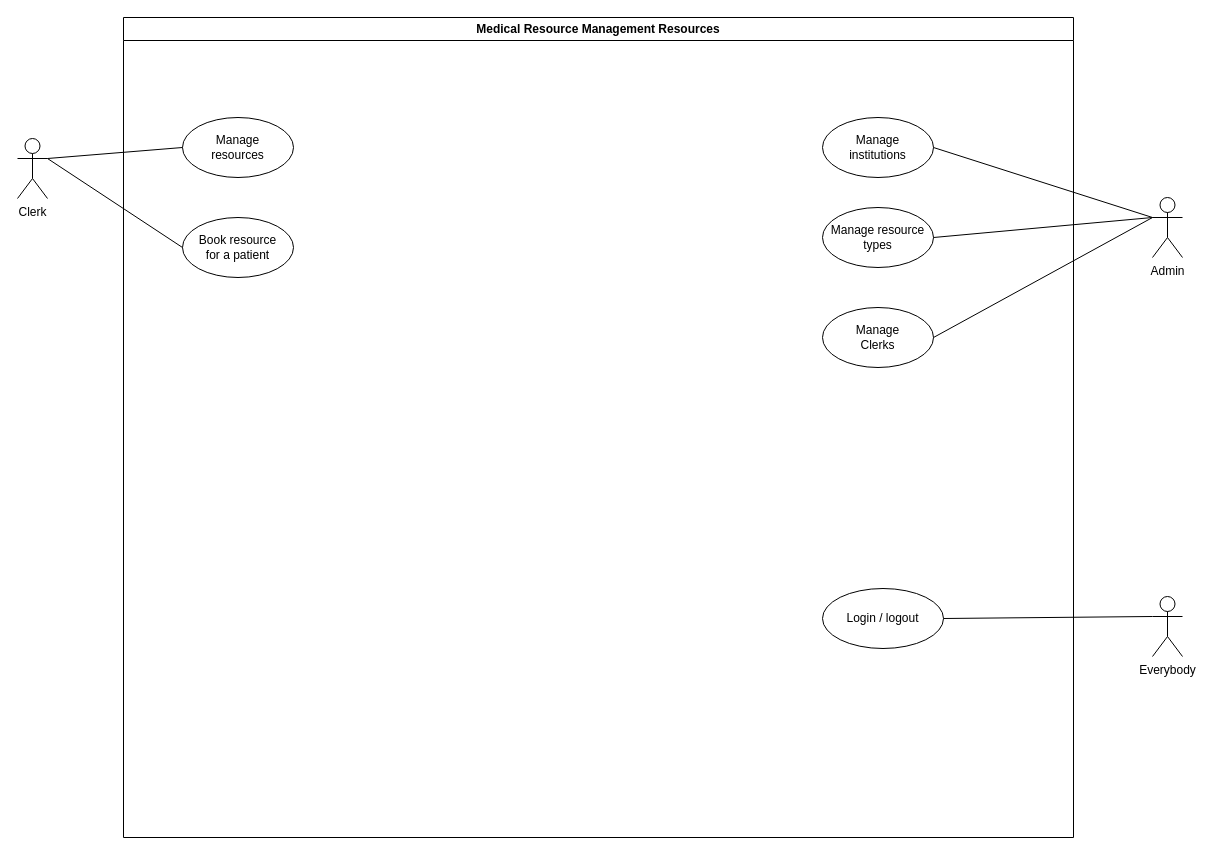
XavierTM/medical-resources-management keeps this draw.io diagram as page "Use case" (1 of 4) of design/Diagrams.drawio. Above is the earlier version. Source tidied: cells renumbered, new cells numbered last; positions are measured from the earlier drawing's top-left corner, leaving out a move shared by most shapes. Both pictures are drawn from the tidied source at 100%, with x=0, y=0 at pixel (17, 17).
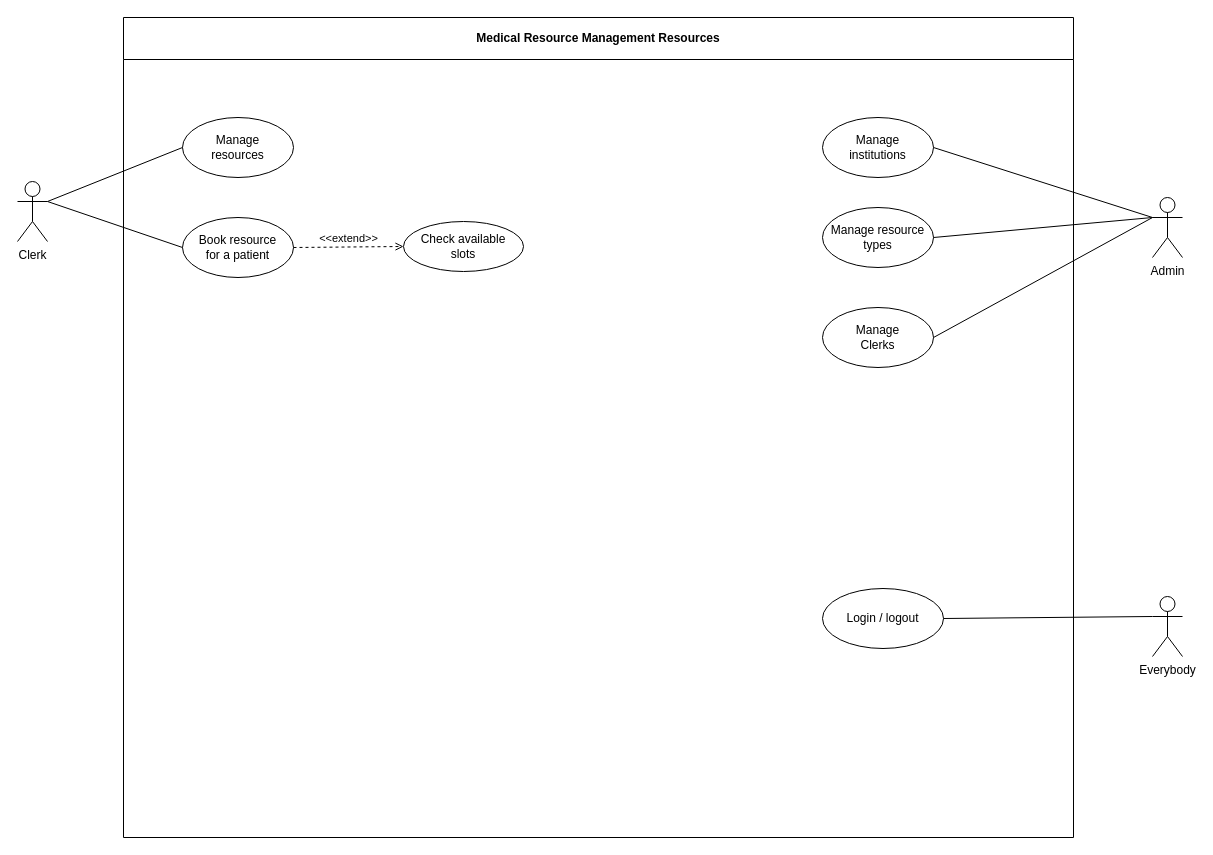
The same page after the edit.

Diff of the diagram source:
```diff
@@
 <mxGraphModel>
   <root>
     <mxCell id="0" />
     <mxCell id="1" parent="0" />
-    <mxCell id="2" value="Medical Resource Management Resources" style="swimlane;whiteSpace=wrap;html=1;" parent="1" vertex="1">
+    <mxCell id="2" value="Medical Resource Management Resources" style="swimlane;whiteSpace=wrap;html=1;startSize=42;gradientColor=none;" parent="1" vertex="1">
       <mxGeometry x="106" width="950" height="820" as="geometry" />
     </mxCell>
     <mxCell id="3" value="Manage&lt;br&gt;institutions" style="ellipse;whiteSpace=wrap;html=1;" parent="2" vertex="1">
       <mxGeometry x="699" y="100" width="111" height="60" as="geometry" />
     </mxCell>
     <mxCell id="4" value="Manage resource types" style="ellipse;whiteSpace=wrap;html=1;" parent="2" vertex="1">
       <mxGeometry x="699" y="190" width="111" height="60" as="geometry" />
     </mxCell>
     <mxCell id="5" value="Manage&lt;br&gt;Clerks" style="ellipse;whiteSpace=wrap;html=1;" parent="2" vertex="1">
       <mxGeometry x="699" y="290" width="111" height="60" as="geometry" />
     </mxCell>
     <mxCell id="6" value="Manage&lt;br&gt;resources" style="ellipse;whiteSpace=wrap;html=1;" parent="2" vertex="1">
       <mxGeometry x="59" y="100" width="111" height="60" as="geometry" />
     </mxCell>
     <mxCell id="7" value="Book resource&lt;br&gt;for a patient" style="ellipse;whiteSpace=wrap;html=1;" parent="2" vertex="1">
       <mxGeometry x="59" y="200" width="111" height="60" as="geometry" />
     </mxCell>
     <mxCell id="8" value="Login / logout" style="ellipse;whiteSpace=wrap;html=1;" parent="2" vertex="1">
       <mxGeometry x="699" y="571" width="121" height="60" as="geometry" />
     </mxCell>
+    <mxCell id="18" value="Check available&lt;br&gt;slots" style="ellipse;whiteSpace=wrap;html=1;" parent="2" vertex="1">
+      <mxGeometry x="280" y="204" width="120" height="50" as="geometry" />
+    </mxCell>
+    <mxCell id="19" value="&amp;lt;&amp;lt;extend&amp;gt;&amp;gt;" style="html=1;verticalAlign=bottom;labelBackgroundColor=none;endArrow=open;endFill=0;dashed=1;rounded=0;exitX=1;exitY=0.5;exitDx=0;exitDy=0;entryX=0;entryY=0.5;entryDx=0;entryDy=0;" parent="2" edge="1" source="7" target="18">
+      <mxGeometry relative="1" as="geometry" />
+    </mxCell>
     <mxCell id="9" value="Clerk" style="shape=umlActor;verticalLabelPosition=bottom;verticalAlign=top;html=1;outlineConnect=0;" parent="1" vertex="1">
-      <mxGeometry y="121" width="30" height="60" as="geometry" />
+      <mxGeometry y="164" width="30" height="60" as="geometry" />
     </mxCell>
     <mxCell id="10" value="Admin" style="shape=umlActor;verticalLabelPosition=bottom;verticalAlign=top;html=1;outlineConnect=0;" parent="1" vertex="1">
       <mxGeometry x="1135" y="180" width="30" height="60" as="geometry" />
     </mxCell>
     <mxCell id="11" style="edgeStyle=none;html=1;endArrow=none;verticalAlign=bottom;rounded=0;entryX=0;entryY=0.5;entryDx=0;entryDy=0;exitX=1;exitY=0.3333333333333333;exitDx=0;exitDy=0;exitPerimeter=0;" parent="1" edge="1" source="9" target="6">
       <mxGeometry relative="1" as="geometry" />
     </mxCell>
     <mxCell id="12" style="edgeStyle=none;html=1;endArrow=none;verticalAlign=bottom;rounded=0;exitX=1;exitY=0.3333333333333333;exitDx=0;exitDy=0;exitPerimeter=0;entryX=0;entryY=0.5;entryDx=0;entryDy=0;" parent="1" edge="1" source="9" target="7">
       <mxGeometry relative="1" as="geometry" />
     </mxCell>
     <mxCell id="13" style="edgeStyle=none;html=1;endArrow=none;verticalAlign=bottom;rounded=0;entryX=0;entryY=0.3333333333333333;entryDx=0;entryDy=0;entryPerimeter=0;exitX=1;exitY=0.5;exitDx=0;exitDy=0;" parent="1" edge="1" source="3" target="10">
       <mxGeometry relative="1" as="geometry" />
     </mxCell>
     <mxCell id="14" style="edgeStyle=none;html=1;endArrow=none;verticalAlign=bottom;rounded=0;exitX=1;exitY=0.5;exitDx=0;exitDy=0;entryX=0;entryY=0.3333333333333333;entryDx=0;entryDy=0;entryPerimeter=0;" parent="1" edge="1" source="5" target="10">
       <mxGeometry relative="1" as="geometry" />
     </mxCell>
     <mxCell id="15" style="edgeStyle=none;html=1;endArrow=none;verticalAlign=bottom;rounded=0;entryX=0;entryY=0.3333333333333333;entryDx=0;entryDy=0;entryPerimeter=0;exitX=1;exitY=0.5;exitDx=0;exitDy=0;" parent="1" edge="1" source="4" target="10">
       <mxGeometry relative="1" as="geometry" />
     </mxCell>
     <mxCell id="16" value="Everybody" style="shape=umlActor;html=1;verticalLabelPosition=bottom;verticalAlign=top;align=center;" parent="1" vertex="1">
       <mxGeometry x="1135" y="579" width="30" height="60" as="geometry" />
     </mxCell>
     <mxCell id="17" style="edgeStyle=none;html=1;endArrow=none;verticalAlign=bottom;rounded=0;entryX=0;entryY=0.3333333333333333;entryDx=0;entryDy=0;entryPerimeter=0;exitX=1;exitY=0.5;exitDx=0;exitDy=0;" parent="1" edge="1" source="8" target="16">
       <mxGeometry relative="1" as="geometry" />
     </mxCell>
   </root>
 </mxGraphModel>
```
